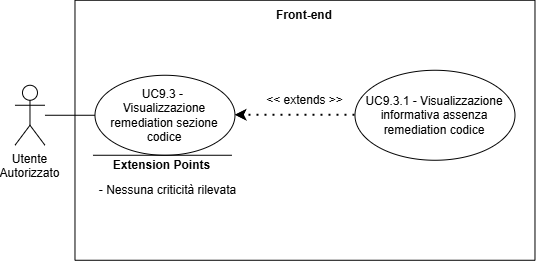
Earlier version of the draw.io export assets/diagrams/UC9_3.png (SkarabGroup/DocumentazioneProgetto). Source tidied: cells renumbered, new cells last; positions are measured from the earlier drawing's top-left corner, leaving out a move shared by most shapes.
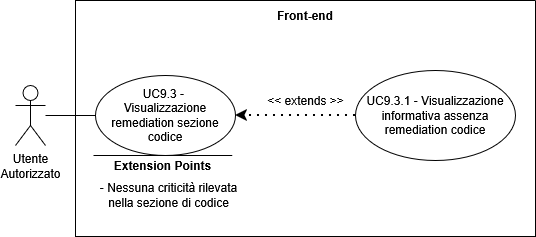
Later version of the same file.

Change to the diagram source:
```diff
@@ -6,7 +6,7 @@
       <mxGeometry x="0.5" y="84.8" width="30" height="60" as="geometry" />
     </mxCell>
     <mxCell id="3" style="swimlane;startSize=0;" parent="1" vertex="1">
-      <mxGeometry x="60.5" y="-0.2" width="460" height="260" as="geometry" />
+      <mxGeometry x="60.5" y="-0.2" width="460" height="236" as="geometry" />
     </mxCell>
     <mxCell id="4" value="UC9.3 -&amp;nbsp;&lt;div&gt;Visualizzazione remediation sezione codice&lt;/div&gt;" style="ellipse;whiteSpace=wrap;html=1;" parent="3" vertex="1">
       <mxGeometry x="20" y="75" width="140" height="80" as="geometry" />
@@ -29,8 +29,8 @@
     <mxCell id="9" value="&lt;b&gt;Extension Points&lt;/b&gt;" style="text;html=1;whiteSpace=wrap;strokeColor=none;fillColor=none;align=center;verticalAlign=middle;rounded=0;strokeWidth=5;" parent="3" vertex="1">
       <mxGeometry x="29.9" y="150" width="115" height="30" as="geometry" />
     </mxCell>
-    <mxCell id="10" value="&lt;div align=&quot;center&quot;&gt;- Nessuna criticità rilevata&lt;/div&gt;" style="text;html=1;whiteSpace=wrap;strokeColor=none;fillColor=none;align=center;verticalAlign=middle;rounded=0;" parent="3" vertex="1">
-      <mxGeometry x="20" y="150" width="147" height="80" as="geometry" />
+    <mxCell id="10" value="&lt;div align=&quot;center&quot;&gt;- Nessuna criticità rilevata nella sezione di codice&lt;/div&gt;" style="text;html=1;whiteSpace=wrap;strokeColor=none;fillColor=none;align=center;verticalAlign=middle;rounded=0;" parent="3" vertex="1">
+      <mxGeometry x="20" y="155" width="147" height="80" as="geometry" />
     </mxCell>
     <mxCell id="11" value="Front-end" style="text;html=1;whiteSpace=wrap;strokeColor=none;fillColor=none;align=center;verticalAlign=middle;rounded=0;perimeterSpacing=1;fontStyle=1;" parent="3" vertex="1">
       <mxGeometry x="200" width="60" height="30" as="geometry" />
```
